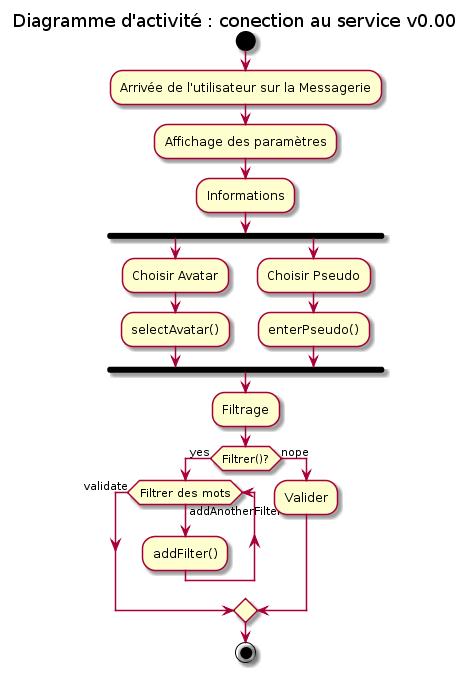
gdarchen/WhatsASI keeps this PlantUML diagram as DC/diagrammes/activity-settings-diag.png. Above is the earlier version.
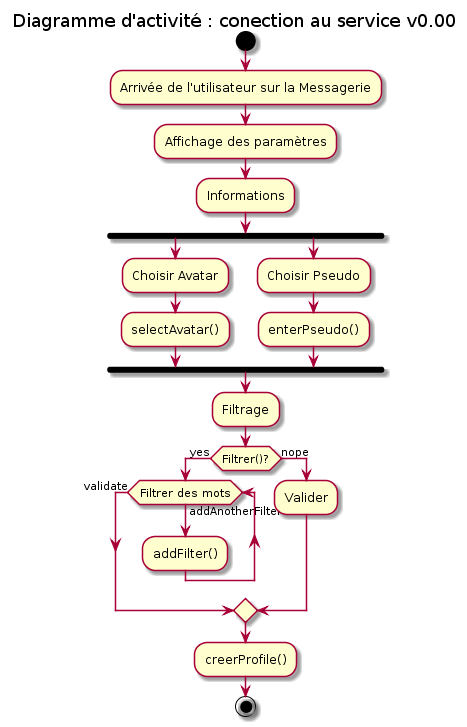
Later version of the same file.

Commit message:
diag activité continué

What changed in the source:
```diff
@@ -21,5 +21,6 @@
 else (nope)
 :Valider;
 endif
+:creerProfile();
 stop
 @enduml
```
